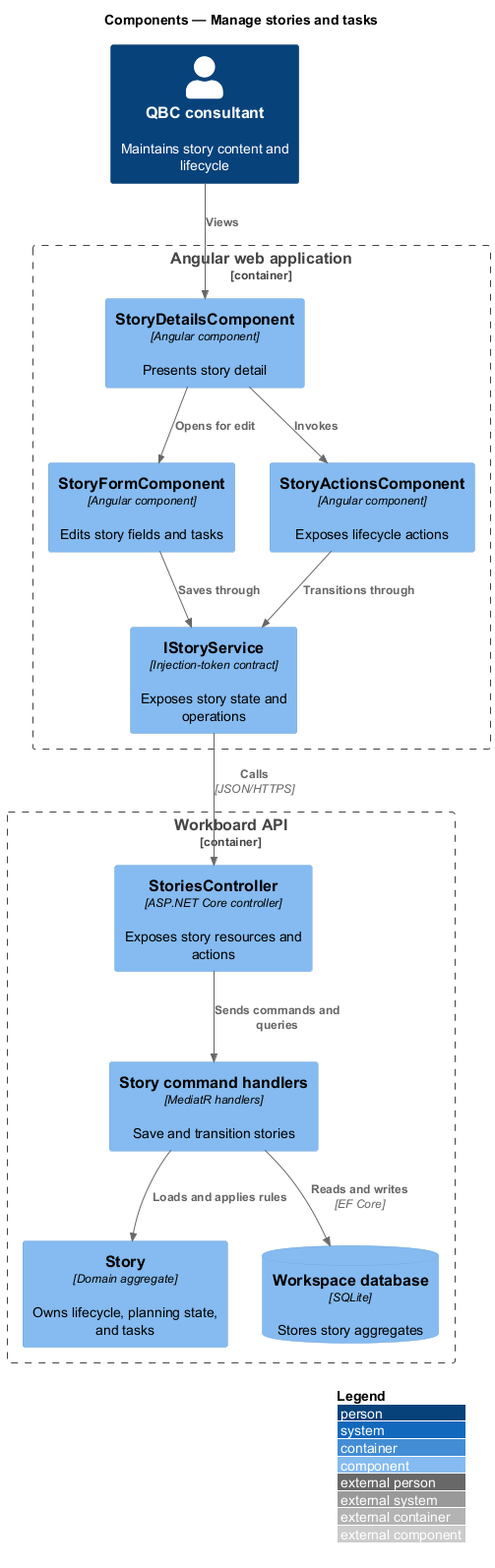
Before: docs/detailed-designs/work-items/manage-stories-and-tasks/diagrams/c4-component.png, a diagram exported from PlantUML (QuinntyneBrown/quinntyne-brown-consulting). Source of this version:
```plantuml
@startuml
!include <C4/C4_Component>
LAYOUT_WITH_LEGEND()
title Components — Manage stories and tasks

Person(consultant, "QBC consultant", "Maintains story content and lifecycle")
Container_Boundary(spa, "Angular web application") {
  Component(form, "StoryFormComponent", "Angular component", "Edits story fields and tasks")
  Component(details, "StoryDetailsComponent", "Angular component", "Presents story detail")
  Component(actions, "StoryActionsComponent", "Angular component", "Exposes lifecycle actions")
  Component(service, "IStoryService", "Injection-token contract", "Exposes story state and operations")
}
Container_Boundary(api, "Workboard API") {
  Component(controller, "StoriesController", "ASP.NET Core controller", "Exposes story resources and actions")
  Component(handlers, "Story command handlers", "MediatR handlers", "Save and transition stories")
  Component(aggregate, "Story", "Domain aggregate", "Owns lifecycle, planning state, and tasks")
  ComponentDb(db, "Workspace database", "SQLite", "Stores story aggregates")
}

Rel(consultant, details, "Views")
Rel(details, form, "Opens for edit")
Rel(details, actions, "Invokes")
Rel(form, service, "Saves through")
Rel(actions, service, "Transitions through")
Rel(service, controller, "Calls", "JSON/HTTPS")
Rel(controller, handlers, "Sends commands and queries")
Rel(handlers, aggregate, "Loads and applies rules")
Rel(handlers, db, "Reads and writes", "EF Core")
@enduml
```
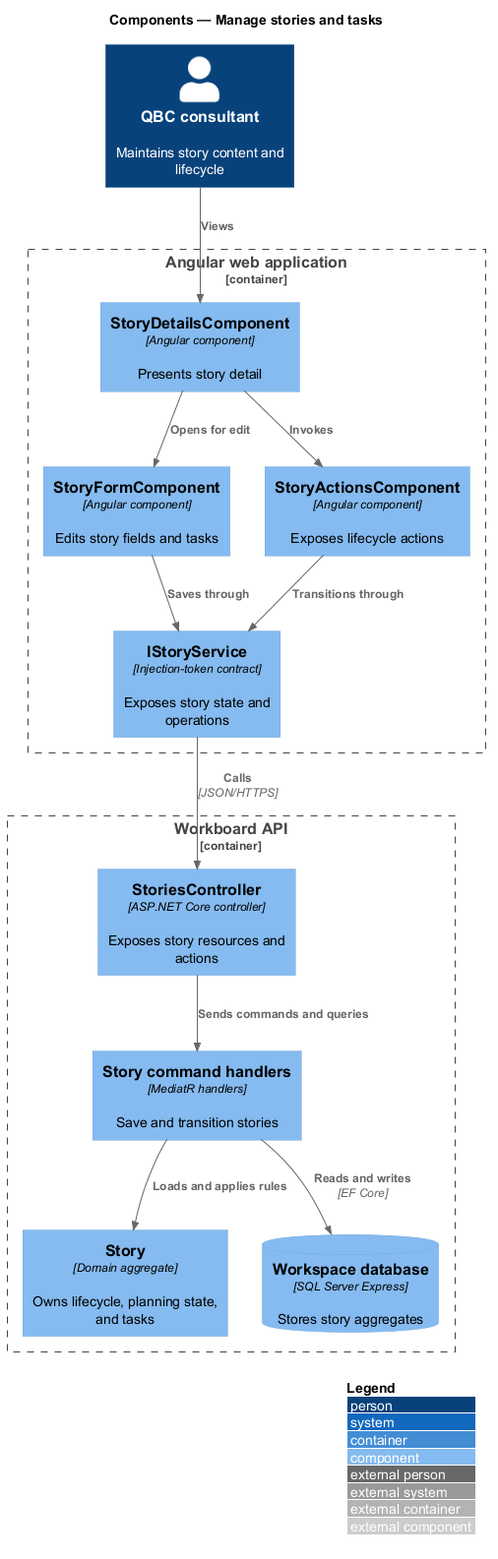
The same file after the commit.

Diff of the diagram source:
```diff
@@ -14,7 +14,7 @@
   Component(controller, "StoriesController", "ASP.NET Core controller", "Exposes story resources and actions")
   Component(handlers, "Story command handlers", "MediatR handlers", "Save and transition stories")
   Component(aggregate, "Story", "Domain aggregate", "Owns lifecycle, planning state, and tasks")
-  ComponentDb(db, "Workspace database", "SQLite", "Stores story aggregates")
+  ComponentDb(db, "Workspace database", "SQL Server Express", "Stores story aggregates")
 }
 
 Rel(consultant, details, "Views")
```
